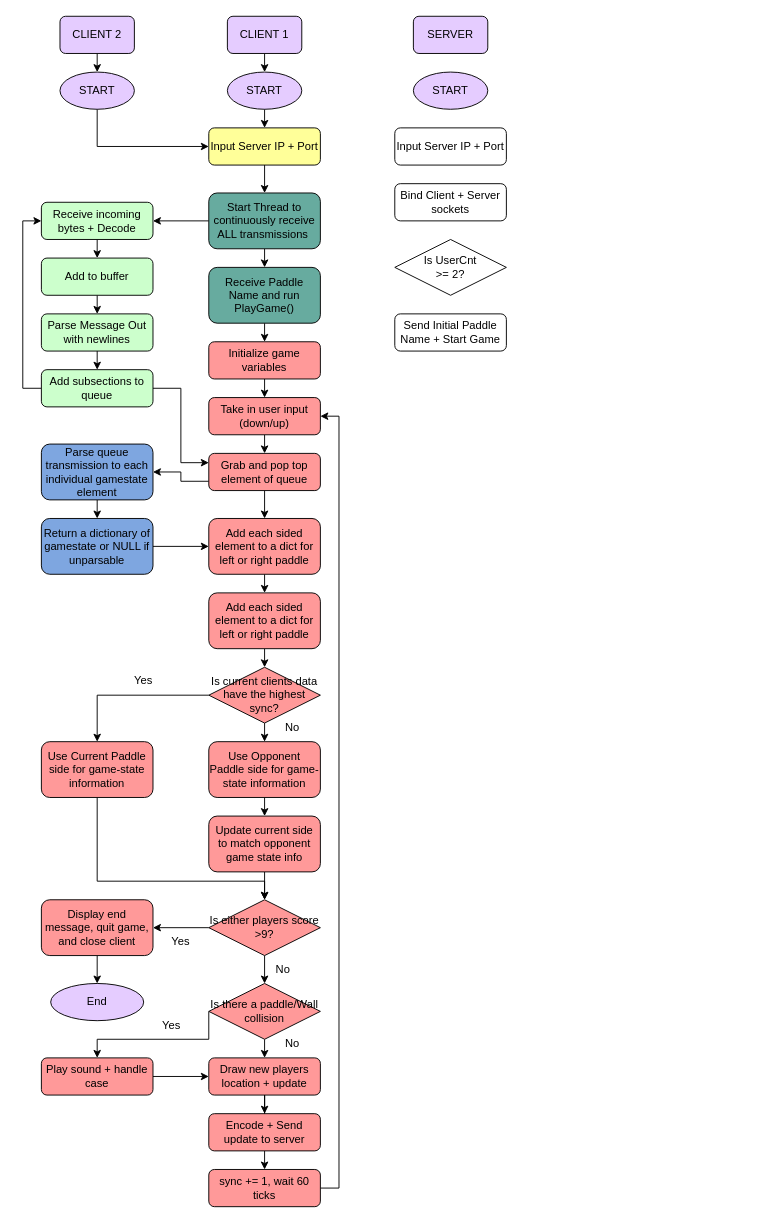
This is CS371_Project_Fall2025/CS371UMLDiagram.drawio from PixelatedLatte/CS371PongProject, a draw.io file, before an edit. Source tidied: cells renumbered, new cells numbered last; positions are measured from the earlier drawing's top-left corner, leaving out a move shared by most shapes. Both pictures are drawn from the tidied source at 93%, with x=0, y=0 at pixel (41, 16).
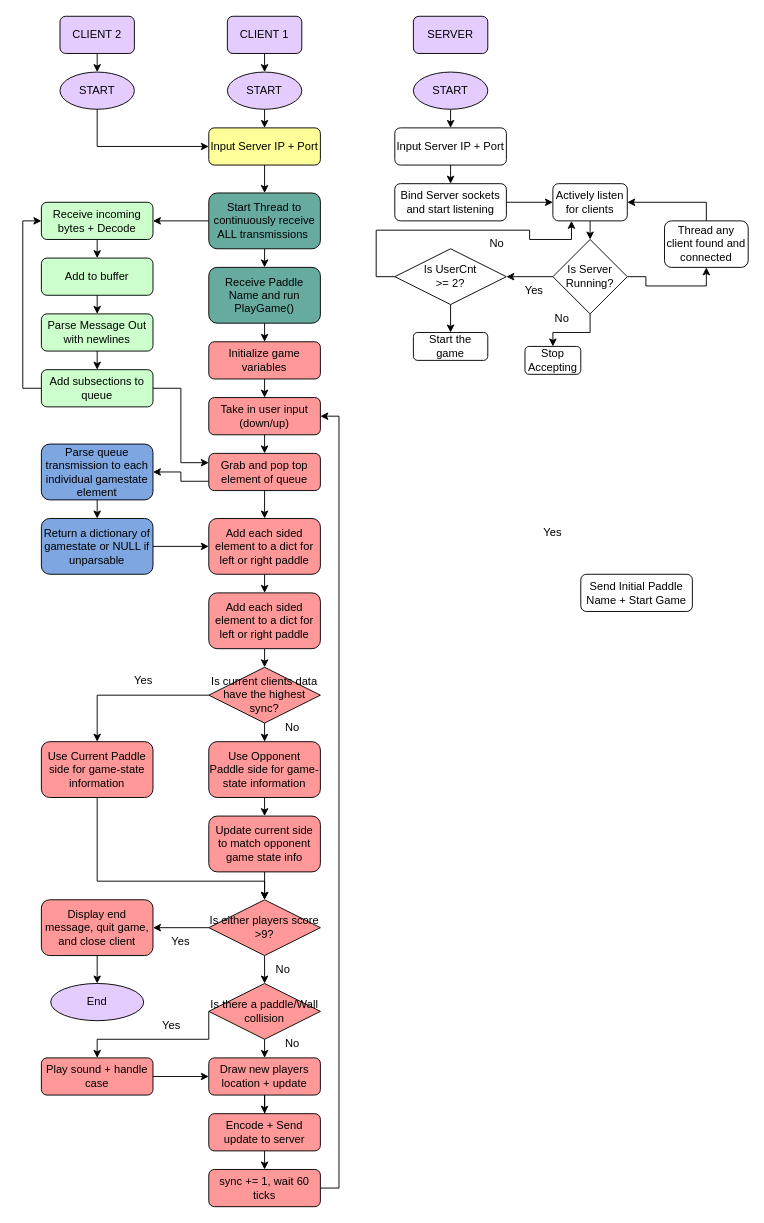
The same page after the edit.

Unchanged cells that the change refers to:
```xml
<mxCell id="7" value="Input Server IP + Port" style="rounded=1;whiteSpace=wrap;html=1;" parent="1" vertex="1">
  <mxGeometry x="380" y="120" width="120" height="40" as="geometry" />
</mxCell>
<mxCell id="8" value="START" style="ellipse;whiteSpace=wrap;html=1;fillColor=#E5CCFF;" parent="1" vertex="1">
  <mxGeometry x="400" y="60" width="80" height="40" as="geometry" />
</mxCell>
```

The edit, as a diff of the source:
```diff
@@
+    <mxCell id="79" style="edgeStyle=orthogonalEdgeStyle;rounded=0;jettySize=auto;html=1;exitX=0.5;exitY=1;exitDx=0;exitDy=0;entryX=0.5;entryY=0;entryDx=0;entryDy=0;" parent="1" edge="1" source="7" target="16">
+      <mxGeometry relative="1" as="geometry" />
+    </mxCell>
@@
+    <mxCell id="80" style="edgeStyle=orthogonalEdgeStyle;rounded=0;jettySize=auto;html=1;exitX=0.5;exitY=1;exitDx=0;exitDy=0;entryX=0.5;entryY=0;entryDx=0;entryDy=0;" parent="1" edge="1" source="8" target="7">
+      <mxGeometry relative="1" as="geometry" />
+    </mxCell>
@@
+    <mxCell id="81" style="edgeStyle=orthogonalEdgeStyle;rounded=0;jettySize=auto;html=1;exitX=0;exitY=0.5;exitDx=0;exitDy=0;entryX=0.25;entryY=1;entryDx=0;entryDy=0;" parent="1" edge="1" source="15" target="85">
+      <mxGeometry relative="1" as="geometry" />
+    </mxCell>
+    <mxCell id="82" style="edgeStyle=orthogonalEdgeStyle;rounded=0;jettySize=auto;html=1;exitX=0.5;exitY=1;exitDx=0;exitDy=0;entryX=0.5;entryY=0;entryDx=0;entryDy=0;" parent="1" edge="1" source="15" target="95">
+      <mxGeometry relative="1" as="geometry" />
+    </mxCell>
     <mxCell id="15" value="Is UserCnt&lt;div&gt;&amp;gt;= 2?&lt;/div&gt;" style="rhombus;whiteSpace=wrap;html=1;" parent="1" vertex="1">
-      <mxGeometry x="380" y="240" width="120" height="60" as="geometry" />
+      <mxGeometry x="380" y="250" width="120" height="60" as="geometry" />
     </mxCell>
+    <mxCell id="83" style="edgeStyle=orthogonalEdgeStyle;rounded=0;jettySize=auto;html=1;exitX=1;exitY=0.5;exitDx=0;exitDy=0;entryX=0;entryY=0.5;entryDx=0;entryDy=0;" parent="1" edge="1" source="16" target="85">
+      <mxGeometry relative="1" as="geometry" />
+    </mxCell>
-    <mxCell id="16" value="Bind Client + Server sockets" style="rounded=1;whiteSpace=wrap;html=1;" parent="1" vertex="1">
+    <mxCell id="16" value="Bind Server sockets and start listening" style="rounded=1;whiteSpace=wrap;html=1;" parent="1" vertex="1">
       <mxGeometry x="380" y="180" width="120" height="40" as="geometry" />
     </mxCell>
     <mxCell id="17" value="Send Initial Paddle Name + Start Game" style="rounded=1;whiteSpace=wrap;html=1;" parent="1" vertex="1">
-      <mxGeometry x="380" y="320" width="120" height="40" as="geometry" />
+      <mxGeometry x="580" y="600" width="120" height="40" as="geometry" />
     </mxCell>
@@
+    <mxCell id="84" style="edgeStyle=orthogonalEdgeStyle;rounded=0;jettySize=auto;html=1;exitX=0.5;exitY=1;exitDx=0;exitDy=0;entryX=0.5;entryY=0;entryDx=0;entryDy=0;" parent="1" edge="1" source="85" target="89">
+      <mxGeometry relative="1" as="geometry" />
+    </mxCell>
+    <mxCell id="85" value="Actively listen for clients" style="rounded=1;whiteSpace=wrap;html=1;" parent="1" vertex="1">
+      <mxGeometry x="550" y="180" width="80" height="40" as="geometry" />
+    </mxCell>
+    <mxCell id="86" style="edgeStyle=orthogonalEdgeStyle;rounded=0;jettySize=auto;html=1;exitX=0.5;exitY=1;exitDx=0;exitDy=0;entryX=0.5;entryY=0;entryDx=0;entryDy=0;" parent="1" edge="1" source="89" target="90">
+      <mxGeometry relative="1" as="geometry" />
+    </mxCell>
+    <mxCell id="87" style="edgeStyle=orthogonalEdgeStyle;rounded=0;jettySize=auto;html=1;exitX=0;exitY=0.5;exitDx=0;exitDy=0;entryX=1;entryY=0.5;entryDx=0;entryDy=0;" parent="1" edge="1" source="89" target="15">
+      <mxGeometry relative="1" as="geometry" />
+    </mxCell>
+    <mxCell id="88" style="edgeStyle=orthogonalEdgeStyle;rounded=0;jettySize=auto;html=1;exitX=1;exitY=0.5;exitDx=0;exitDy=0;entryX=0.5;entryY=1;entryDx=0;entryDy=0;" parent="1" edge="1" source="89" target="97">
+      <mxGeometry relative="1" as="geometry" />
+    </mxCell>
+    <mxCell id="89" value="Is Server Running?" style="rhombus;whiteSpace=wrap;html=1;" parent="1" vertex="1">
+      <mxGeometry x="550" y="240" width="80" height="80" as="geometry" />
+    </mxCell>
+    <mxCell id="90" value="Stop Accepting" style="rounded=1;whiteSpace=wrap;html=1;" parent="1" vertex="1">
+      <mxGeometry x="520" y="355" width="60" height="30" as="geometry" />
+    </mxCell>
+    <mxCell id="91" value="Yes" style="text;html=1;whiteSpace=wrap;strokeColor=none;fillColor=none;align=center;verticalAlign=middle;rounded=0;" parent="1" vertex="1">
+      <mxGeometry x="520" y="540" width="60" height="30" as="geometry" />
+    </mxCell>
+    <mxCell id="92" value="No" style="text;html=1;whiteSpace=wrap;strokeColor=none;fillColor=none;align=center;verticalAlign=middle;rounded=0;" parent="1" vertex="1">
+      <mxGeometry x="530" y="310" width="60" height="30" as="geometry" />
+    </mxCell>
+    <mxCell id="93" value="Yes" style="text;html=1;whiteSpace=wrap;strokeColor=none;fillColor=none;align=center;verticalAlign=middle;rounded=0;" parent="1" vertex="1">
+      <mxGeometry x="500" y="280" width="60" height="30" as="geometry" />
+    </mxCell>
+    <mxCell id="94" value="No" style="text;html=1;whiteSpace=wrap;strokeColor=none;fillColor=none;align=center;verticalAlign=middle;rounded=0;" parent="1" vertex="1">
+      <mxGeometry x="460" y="230" width="60" height="30" as="geometry" />
+    </mxCell>
+    <mxCell id="95" value="Start the game" style="rounded=1;whiteSpace=wrap;html=1;" parent="1" vertex="1">
+      <mxGeometry x="400" y="340" width="80" height="30" as="geometry" />
+    </mxCell>
+    <mxCell id="96" style="edgeStyle=orthogonalEdgeStyle;rounded=0;jettySize=auto;html=1;exitX=0.5;exitY=0;exitDx=0;exitDy=0;entryX=1;entryY=0.5;entryDx=0;entryDy=0;" parent="1" edge="1" source="97" target="85">
+      <mxGeometry relative="1" as="geometry" />
+    </mxCell>
+    <mxCell id="97" value="Thread any client found and connected" style="rounded=1;whiteSpace=wrap;html=1;" parent="1" vertex="1">
+      <mxGeometry x="670" y="220" width="90" height="50" as="geometry" />
+    </mxCell>
```
